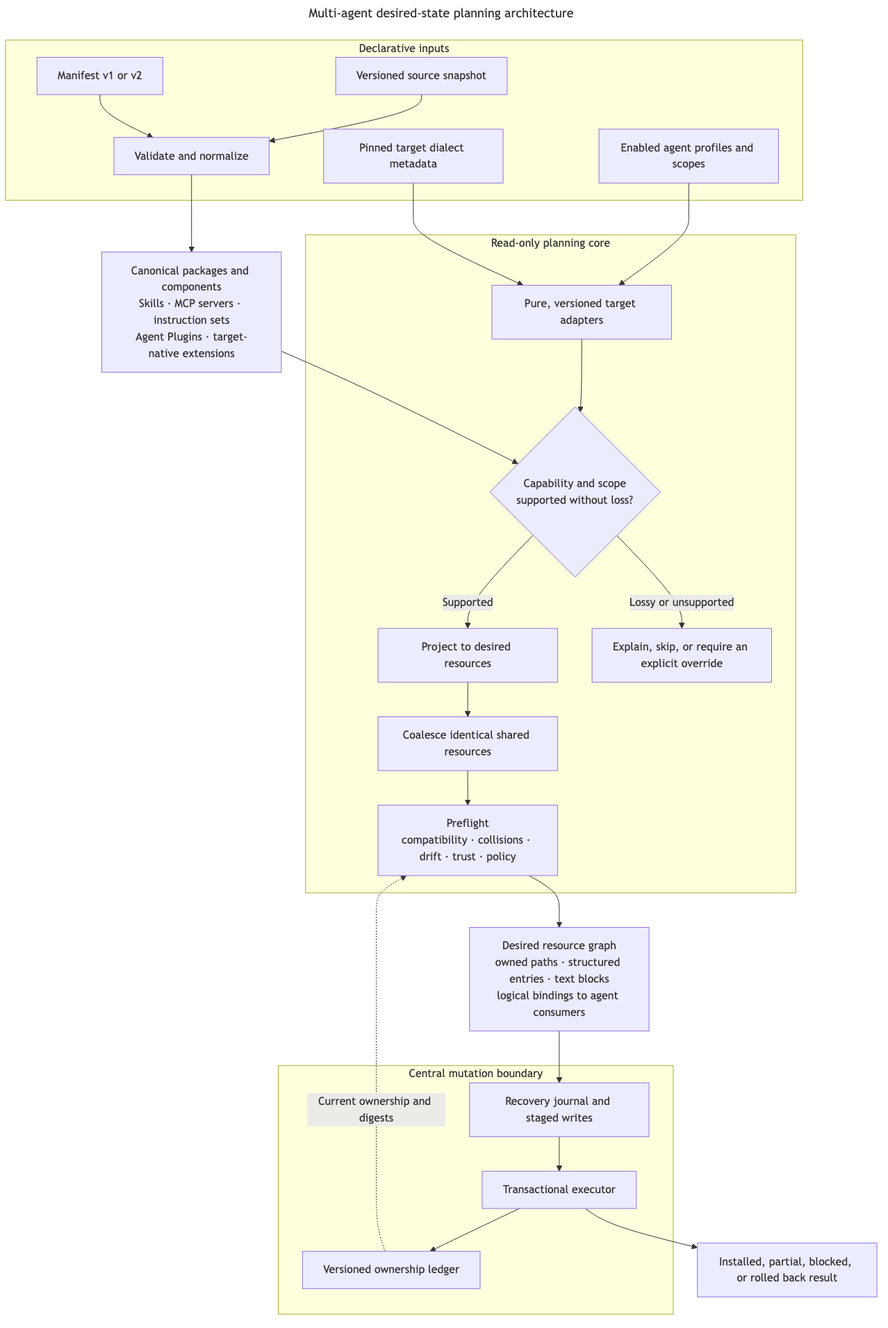
The Mermaid diagram docs/diagrams/multi-agent-architecture.png in jacobragsdale/skill-manager, before a commit. Its source is kept beside it as docs/diagrams/multi-agent-architecture.mmd.
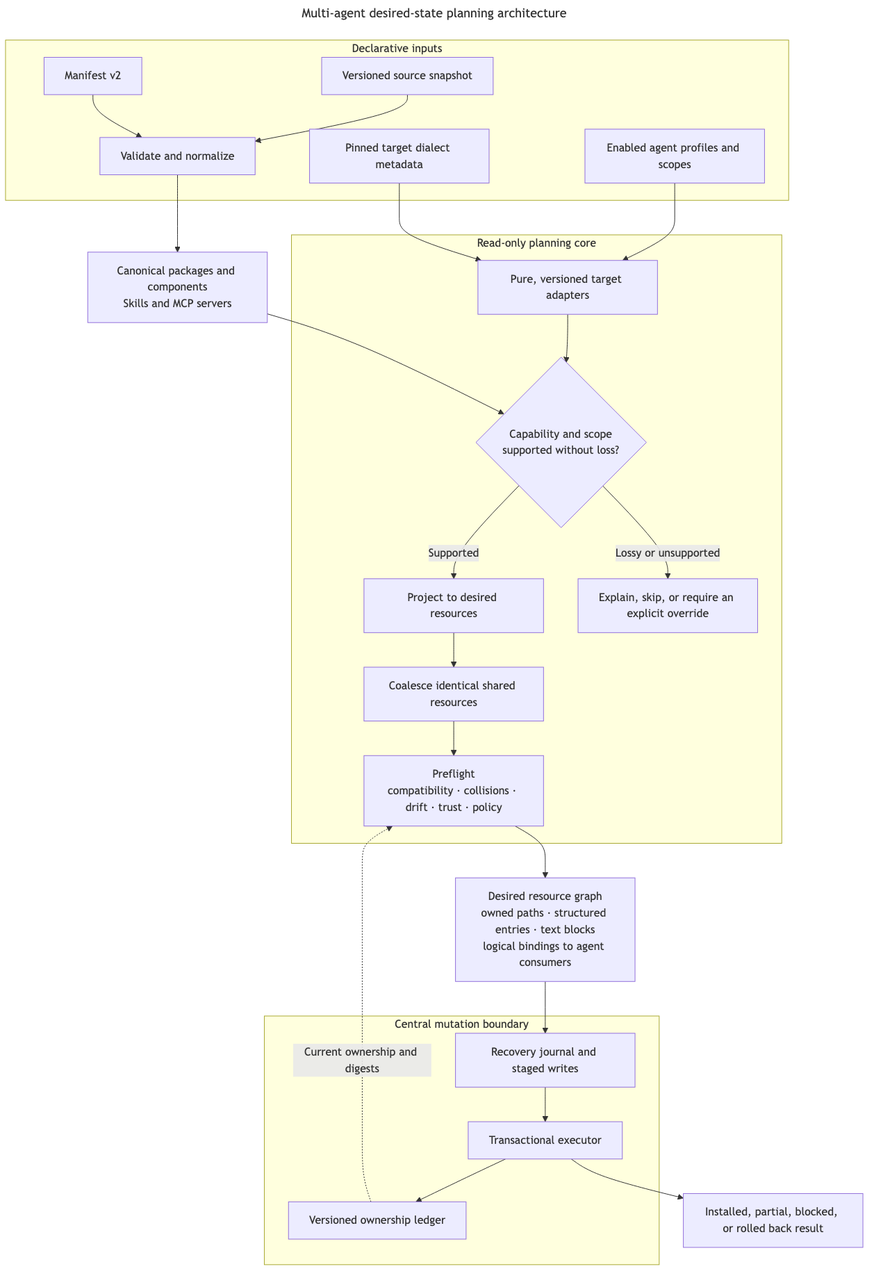
Later version of the same file.

The edit, as a diff of the source:
```diff
@@ -7,12 +7,12 @@
 
   subgraph Inputs[Declarative inputs]
     Source[Versioned source snapshot] --> Normalize[Validate and normalize]
-    Manifest[Manifest v1 or v2] --> Normalize
+    Manifest[Manifest v2] --> Normalize
     Profiles[Enabled agent profiles and scopes]
     Specs[Pinned target dialect metadata]
   end
 
-  Normalize --> Components["Canonical packages and components<br/>Skills · MCP servers · instruction sets<br/>Agent Plugins · target-native extensions"]
+  Normalize --> Components["Canonical packages and components<br/>Skills and MCP servers"]
 
   subgraph Planning[Read-only planning core]
     Registry[Pure, versioned target adapters]
```
